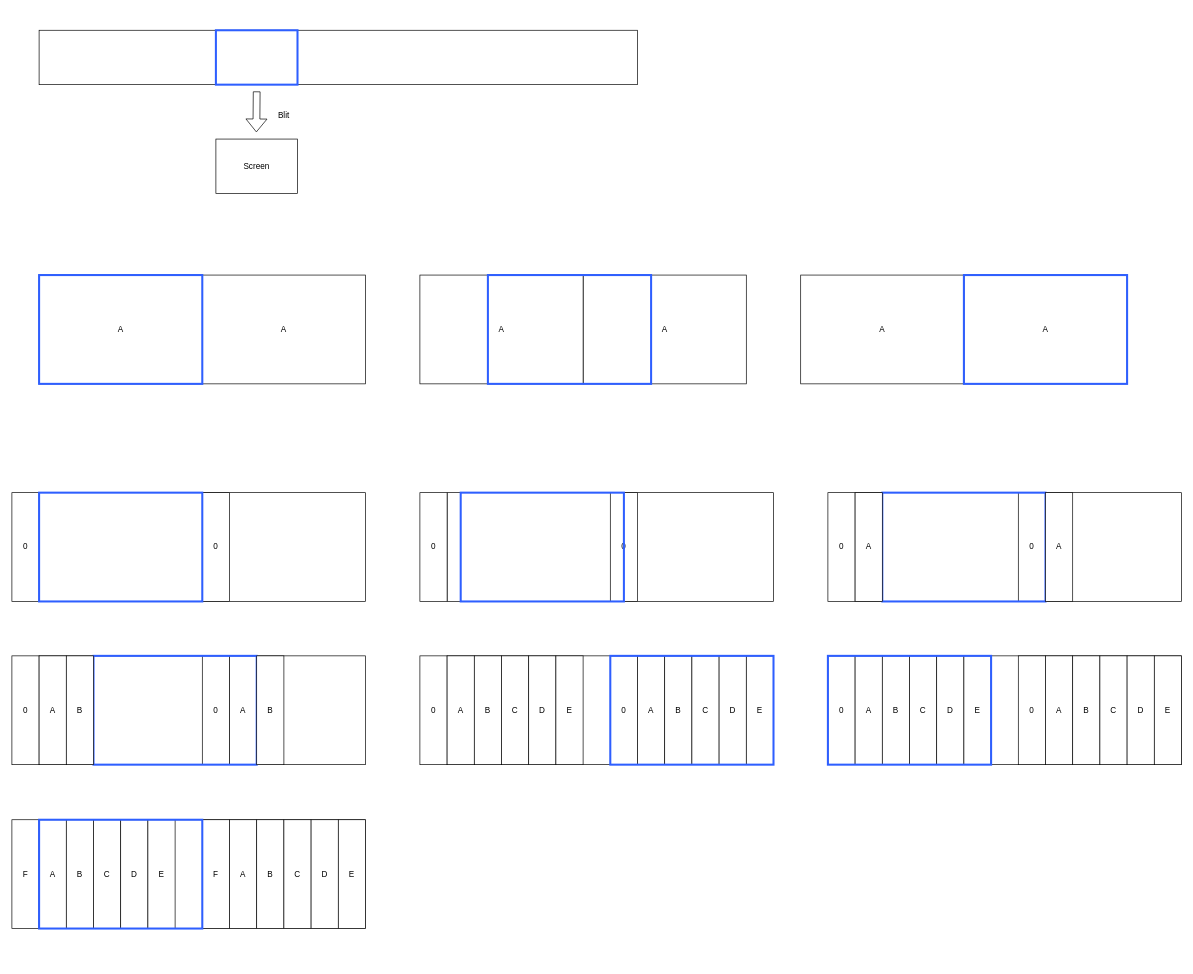
This is tutorials/images/blitter_scrolling.drawio from stefanocoppi/amiga_game_prog, a draw.io file, before an edit. Source tidied: cells renumbered, new cells numbered last; positions are measured from the earlier drawing's top-left corner, leaving out a move shared by most shapes. Both pictures are drawn from the tidied source at 68%, with x=0, y=0 at pixel (12, 30).
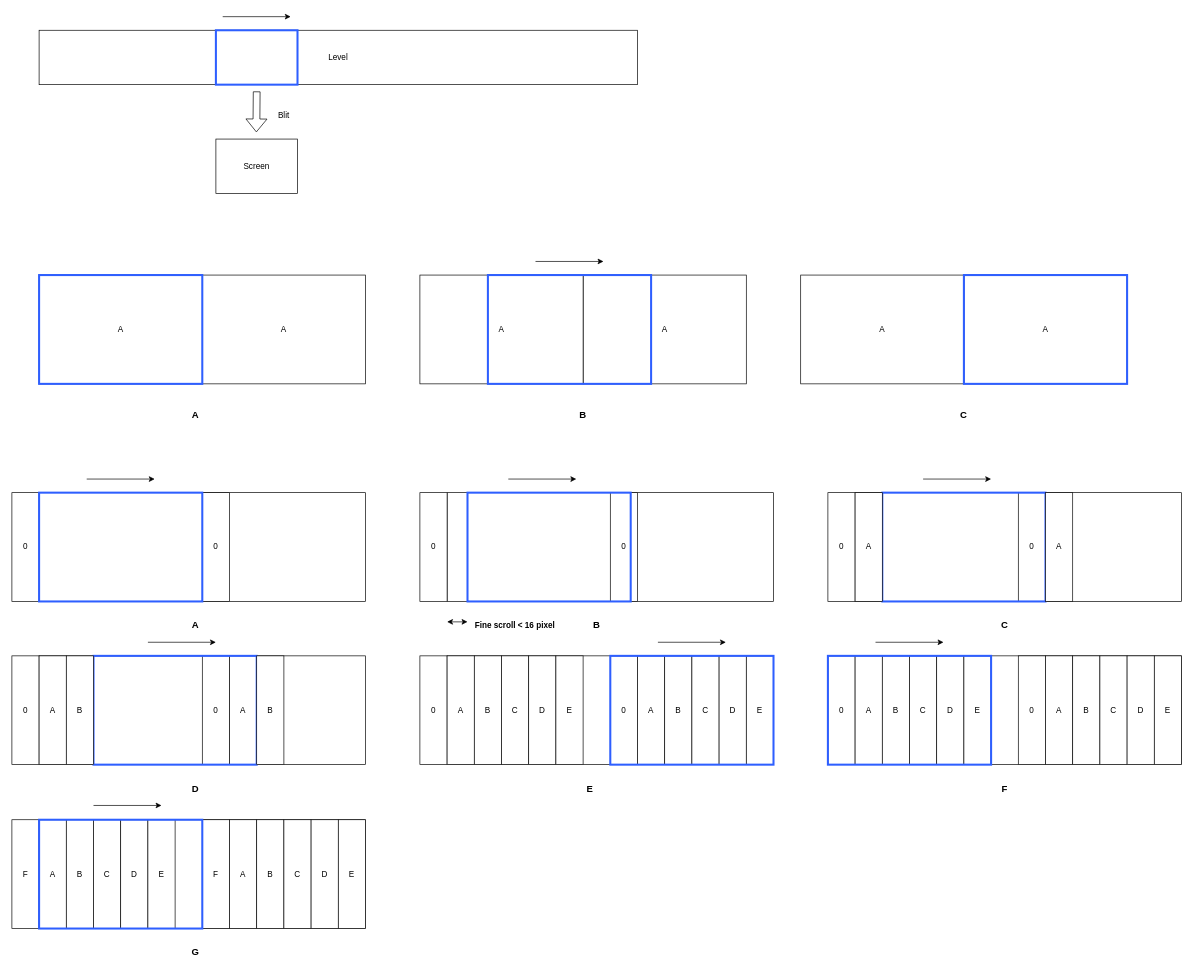
The same page after the edit.

The edit, as a diff of the source:
```diff
@@
-    <mxCell id="3" style="rounded=0;whiteSpace=wrap;html=1;" parent="1" vertex="1">
+    <mxCell id="3" value="Level" style="rounded=0;whiteSpace=wrap;html=1;" parent="1" vertex="1">
       <mxGeometry x="40" width="880" height="80" as="geometry" />
     </mxCell>
-    <mxCell id="4" style="rounded=0;whiteSpace=wrap;html=1;strokeWidth=3;strokeColor=#2E5FFF;" parent="1" vertex="1">
+    <mxCell id="4" style="rounded=0;whiteSpace=wrap;html=1;strokeWidth=3;strokeColor=#2E5FFF;fillColor=none;" parent="1" vertex="1">
       <mxGeometry x="300" width="120" height="80" as="geometry" />
     </mxCell>
@@
     <mxCell id="23" style="rounded=0;whiteSpace=wrap;html=1;strokeWidth=3;strokeColor=#2E5FFF;fillColor=none;" parent="1" vertex="1">
-      <mxGeometry x="660" y="680" width="240" height="160" as="geometry" />
+      <mxGeometry x="670" y="680" width="240" height="160" as="geometry" />
     </mxCell>
@@
+    <mxCell id="80" style="endArrow=classic;html=1;rounded=0;" parent="1" edge="1">
+      <mxGeometry relative="1" as="geometry">
+        <mxPoint x="310" y="-20" as="sourcePoint" />
+        <mxPoint x="410" y="-20" as="targetPoint" />
+      </mxGeometry>
+    </mxCell>
+    <mxCell id="81" style="endArrow=classic;html=1;rounded=0;" parent="1" edge="1">
+      <mxGeometry relative="1" as="geometry">
+        <mxPoint x="770" y="340" as="sourcePoint" />
+        <mxPoint x="870" y="340" as="targetPoint" />
+      </mxGeometry>
+    </mxCell>
+    <mxCell id="82" value="&lt;font style=&quot;font-size: 14px;&quot;&gt;&lt;b&gt;A&lt;/b&gt;&lt;/font&gt;" style="text;html=1;align=center;verticalAlign=middle;whiteSpace=wrap;rounded=0;" parent="1" vertex="1">
+      <mxGeometry x="240" y="550" width="60" height="30" as="geometry" />
+    </mxCell>
+    <mxCell id="83" value="&lt;font style=&quot;font-size: 14px;&quot;&gt;&lt;b&gt;B&lt;/b&gt;&lt;/font&gt;" style="text;html=1;align=center;verticalAlign=middle;whiteSpace=wrap;rounded=0;" parent="1" vertex="1">
+      <mxGeometry x="810" y="550" width="60" height="30" as="geometry" />
+    </mxCell>
+    <mxCell id="84" value="&lt;font style=&quot;font-size: 14px;&quot;&gt;&lt;b&gt;C&lt;/b&gt;&lt;/font&gt;" style="text;html=1;align=center;verticalAlign=middle;whiteSpace=wrap;rounded=0;" parent="1" vertex="1">
+      <mxGeometry x="1370" y="550" width="60" height="30" as="geometry" />
+    </mxCell>
+    <mxCell id="85" value="&lt;font style=&quot;font-size: 14px;&quot;&gt;&lt;b&gt;A&lt;/b&gt;&lt;/font&gt;" style="text;html=1;align=center;verticalAlign=middle;whiteSpace=wrap;rounded=0;" parent="1" vertex="1">
+      <mxGeometry x="240" y="860" width="60" height="30" as="geometry" />
+    </mxCell>
+    <mxCell id="86" value="&lt;font style=&quot;font-size: 14px;&quot;&gt;&lt;b&gt;B&lt;/b&gt;&lt;/font&gt;" style="text;html=1;align=center;verticalAlign=middle;whiteSpace=wrap;rounded=0;" parent="1" vertex="1">
+      <mxGeometry x="830" y="860" width="60" height="30" as="geometry" />
+    </mxCell>
+    <mxCell id="87" value="&lt;font style=&quot;font-size: 14px;&quot;&gt;&lt;b&gt;C&lt;/b&gt;&lt;/font&gt;" style="text;html=1;align=center;verticalAlign=middle;whiteSpace=wrap;rounded=0;" parent="1" vertex="1">
+      <mxGeometry x="1430" y="860" width="60" height="30" as="geometry" />
+    </mxCell>
+    <mxCell id="88" value="&lt;font style=&quot;font-size: 14px;&quot;&gt;&lt;b&gt;D&lt;/b&gt;&lt;/font&gt;" style="text;html=1;align=center;verticalAlign=middle;whiteSpace=wrap;rounded=0;" parent="1" vertex="1">
+      <mxGeometry x="240" y="1100" width="60" height="30" as="geometry" />
+    </mxCell>
+    <mxCell id="89" value="&lt;font style=&quot;font-size: 14px;&quot;&gt;&lt;b&gt;E&lt;/b&gt;&lt;/font&gt;" style="text;html=1;align=center;verticalAlign=middle;whiteSpace=wrap;rounded=0;" parent="1" vertex="1">
+      <mxGeometry x="820" y="1100" width="60" height="30" as="geometry" />
+    </mxCell>
+    <mxCell id="90" value="&lt;font style=&quot;font-size: 14px;&quot;&gt;&lt;b&gt;F&lt;/b&gt;&lt;/font&gt;" style="text;html=1;align=center;verticalAlign=middle;whiteSpace=wrap;rounded=0;" parent="1" vertex="1">
+      <mxGeometry x="1430" y="1100" width="60" height="30" as="geometry" />
+    </mxCell>
+    <mxCell id="91" value="&lt;font style=&quot;font-size: 14px;&quot;&gt;&lt;b&gt;G&lt;/b&gt;&lt;/font&gt;" style="text;html=1;align=center;verticalAlign=middle;whiteSpace=wrap;rounded=0;" parent="1" vertex="1">
+      <mxGeometry x="240" y="1340" width="60" height="30" as="geometry" />
+    </mxCell>
+    <mxCell id="92" style="endArrow=classic;html=1;rounded=0;" parent="1" edge="1">
+      <mxGeometry relative="1" as="geometry">
+        <mxPoint x="110" y="660" as="sourcePoint" />
+        <mxPoint x="210" y="660" as="targetPoint" />
+      </mxGeometry>
+    </mxCell>
+    <mxCell id="93" style="endArrow=classic;startArrow=classic;html=1;rounded=0;" parent="1" edge="1">
+      <mxGeometry relative="1" as="geometry">
+        <mxPoint x="640" y="870" as="sourcePoint" />
+        <mxPoint x="670" y="870" as="targetPoint" />
+      </mxGeometry>
+    </mxCell>
+    <mxCell id="94" value="&lt;b&gt;Fine scroll &amp;lt; 16 pixel&lt;/b&gt;" style="text;html=1;align=center;verticalAlign=middle;whiteSpace=wrap;rounded=0;" parent="1" vertex="1">
+      <mxGeometry x="680" y="860" width="120" height="30" as="geometry" />
+    </mxCell>
+    <mxCell id="95" style="endArrow=classic;html=1;rounded=0;" parent="1" edge="1">
+      <mxGeometry relative="1" as="geometry">
+        <mxPoint x="730" y="660" as="sourcePoint" />
+        <mxPoint x="830" y="660" as="targetPoint" />
+      </mxGeometry>
+    </mxCell>
+    <mxCell id="96" style="endArrow=classic;html=1;rounded=0;" parent="1" edge="1">
+      <mxGeometry relative="1" as="geometry">
+        <mxPoint x="1340" y="660" as="sourcePoint" />
+        <mxPoint x="1440" y="660" as="targetPoint" />
+      </mxGeometry>
+    </mxCell>
+    <mxCell id="97" style="endArrow=classic;html=1;rounded=0;" parent="1" edge="1">
+      <mxGeometry relative="1" as="geometry">
+        <mxPoint x="1270" y="900" as="sourcePoint" />
+        <mxPoint x="1370" y="900" as="targetPoint" />
+      </mxGeometry>
+    </mxCell>
+    <mxCell id="98" style="endArrow=classic;html=1;rounded=0;" parent="1" edge="1">
+      <mxGeometry relative="1" as="geometry">
+        <mxPoint x="950" y="900" as="sourcePoint" />
+        <mxPoint x="1050" y="900" as="targetPoint" />
+      </mxGeometry>
+    </mxCell>
+    <mxCell id="99" style="endArrow=classic;html=1;rounded=0;" parent="1" edge="1">
+      <mxGeometry relative="1" as="geometry">
+        <mxPoint x="200" y="900" as="sourcePoint" />
+        <mxPoint x="300" y="900" as="targetPoint" />
+      </mxGeometry>
+    </mxCell>
+    <mxCell id="100" style="endArrow=classic;html=1;rounded=0;" parent="1" edge="1">
+      <mxGeometry relative="1" as="geometry">
+        <mxPoint x="120" y="1140" as="sourcePoint" />
+        <mxPoint x="220" y="1140" as="targetPoint" />
+      </mxGeometry>
+    </mxCell>
```
